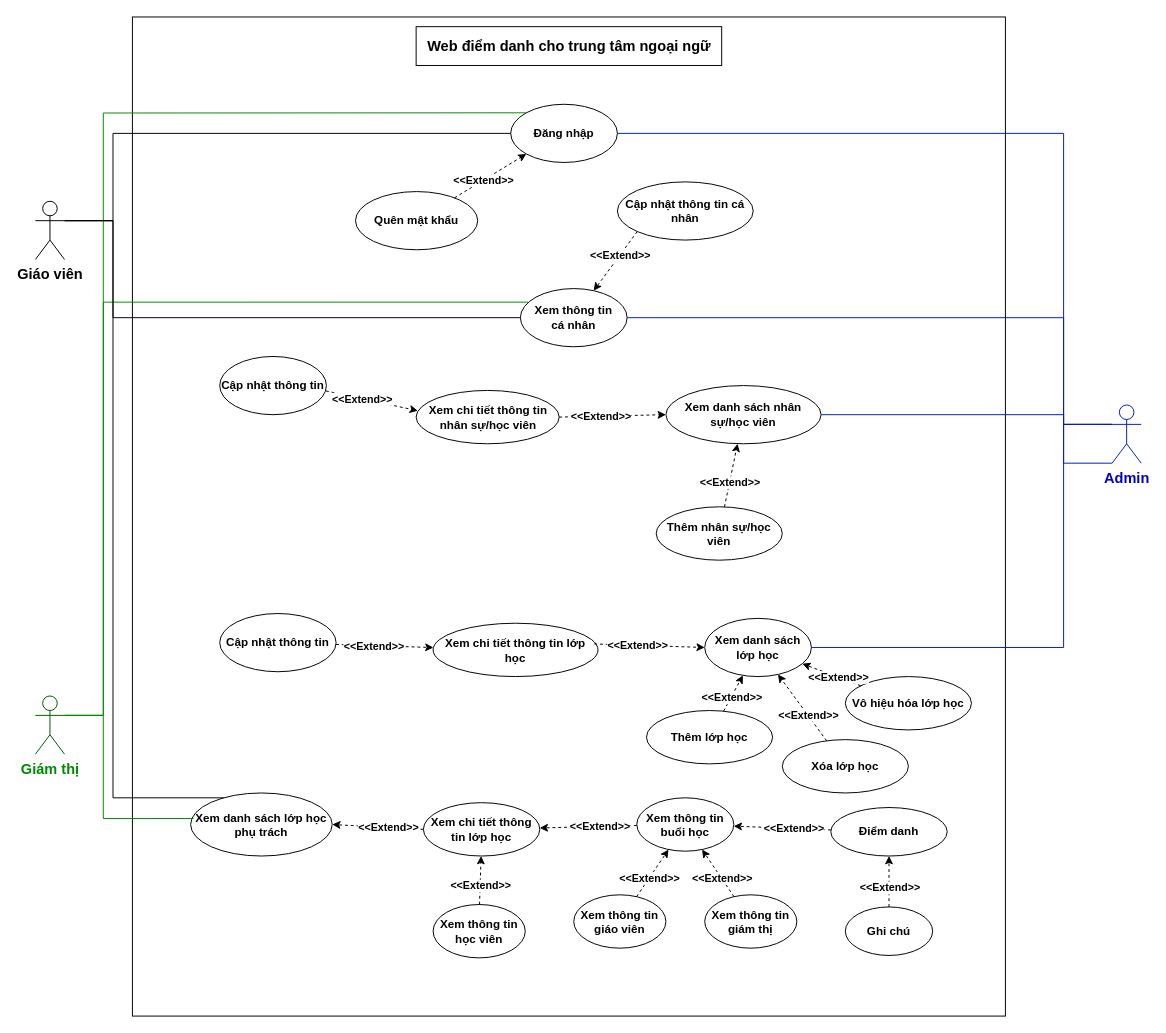
The draw.io diagram Week 1/UC Diagram.drawio in astr0tas/English-Center-Attendance-Check, before the edit. Source tidied: cells renumbered, new cells numbered last; positions are measured from the earlier drawing's top-left corner, leaving out a move shared by most shapes. Both pictures are drawn from the tidied source at 97%, with x=0, y=0 at pixel (35, 16).
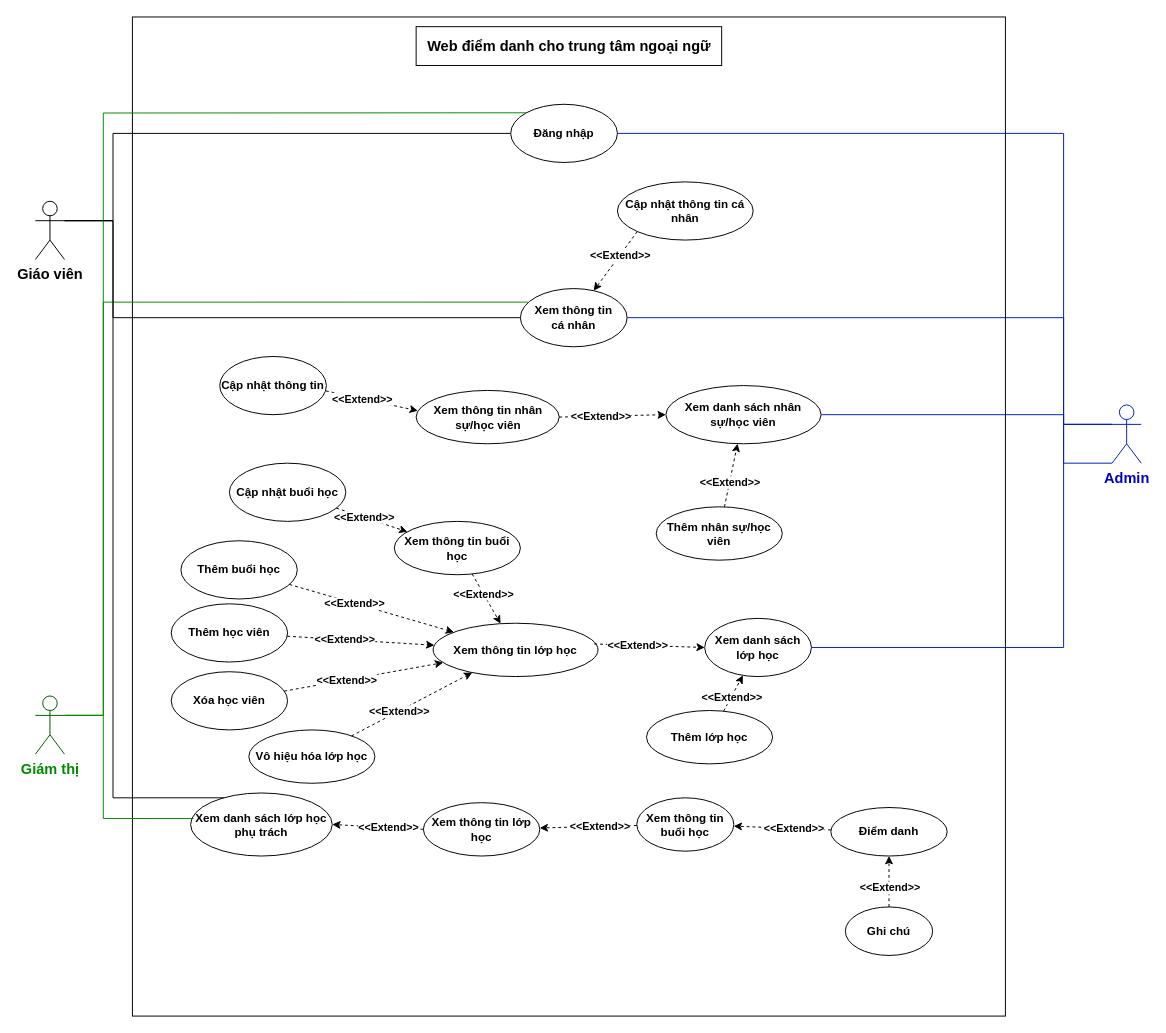
The same page after the edit.

The change refers to these unchanged cells:
```xml
<mxCell id="6" value="Đăng nhập" style="ellipse;whiteSpace=wrap;html=1;fontStyle=1;" parent="1" vertex="1">
  <mxGeometry x="490" y="90" width="110" height="60" as="geometry" />
</mxCell>
<mxCell id="10" value="Xem danh sách lớp học" style="ellipse;whiteSpace=wrap;html=1;fontStyle=1;" parent="1" vertex="1">
  <mxGeometry x="690" y="620" width="110" height="60" as="geometry" />
</mxCell>
<mxCell id="61" value="Xem thông tin buổi học" style="ellipse;whiteSpace=wrap;html=1;fontStyle=1;" parent="1" vertex="1">
  <mxGeometry x="620" y="805" width="100" height="55" as="geometry" />
</mxCell>
```

What changed in the source:
```diff
@@
-    <mxCell id="7" value="Quên mật khẩu" style="ellipse;whiteSpace=wrap;html=1;fontStyle=1;" parent="1" vertex="1">
-      <mxGeometry x="330" y="180" width="126" height="60" as="geometry" />
-    </mxCell>
-    <mxCell id="8" style="endArrow=classic;html=1;rounded=0;entryX=0;entryY=1;entryDx=0;entryDy=0;dashed=1;fontStyle=1;" parent="1" edge="1" source="7" target="6">
-      <mxGeometry relative="1" as="geometry" />
-    </mxCell>
-    <mxCell id="9" value="&amp;lt;&amp;lt;Extend&amp;gt;&amp;gt;" style="edgeLabel;html=1;align=center;verticalAlign=middle;fontStyle=1;" parent="8" vertex="1">
-      <mxGeometry x="-0.22" relative="1" as="geometry" />
-    </mxCell>
@@
-    <mxCell id="28" value="Xem chi tiết thông tin nhân sự/học viên" style="ellipse;whiteSpace=wrap;html=1;fontStyle=1;" parent="1" vertex="1">
+    <mxCell id="28" value="Xem thông tin nhân sự/học viên" style="ellipse;whiteSpace=wrap;html=1;fontStyle=1;" parent="1" vertex="1">
       <mxGeometry x="392.5" y="385" width="147.5" height="55" as="geometry" />
     </mxCell>
@@
-    <mxCell id="37" value="Xem chi tiết thông tin lớp học" style="ellipse;whiteSpace=wrap;html=1;fontStyle=1;" parent="1" vertex="1">
+    <mxCell id="37" value="Xem thông tin lớp học" style="ellipse;whiteSpace=wrap;html=1;fontStyle=1;" parent="1" vertex="1">
       <mxGeometry x="410" y="625" width="170" height="55" as="geometry" />
     </mxCell>
-    <mxCell id="38" value="Cập nhật thông tin" style="ellipse;whiteSpace=wrap;html=1;fontStyle=1;" parent="1" vertex="1">
-      <mxGeometry x="190" y="615" width="120" height="60" as="geometry" />
+    <mxCell id="38" value="Thêm học viên" style="ellipse;whiteSpace=wrap;html=1;fontStyle=1;" parent="1" vertex="1">
+      <mxGeometry x="140" y="605" width="120" height="60" as="geometry" />
     </mxCell>
@@
-    <mxCell id="40" value="Xóa lớp học" style="ellipse;whiteSpace=wrap;html=1;fontStyle=1;" parent="1" vertex="1">
-      <mxGeometry x="770" y="745" width="130" height="55" as="geometry" />
-    </mxCell>
@@
-    <mxCell id="47" style="endArrow=classic;html=1;rounded=0;dashed=1;fontStyle=1;" parent="1" edge="1" source="40" target="10">
-      <mxGeometry relative="1" as="geometry" />
-    </mxCell>
-    <mxCell id="48" value="&amp;lt;&amp;lt;Extend&amp;gt;&amp;gt;" style="edgeLabel;html=1;align=center;verticalAlign=middle;fontStyle=1;" parent="47" vertex="1">
-      <mxGeometry x="-0.22" relative="1" as="geometry" />
-    </mxCell>
@@
-    <mxCell id="55" value="Xem chi tiết thông tin lớp học" style="ellipse;whiteSpace=wrap;html=1;fontStyle=1;" parent="1" vertex="1">
+    <mxCell id="55" value="Xem thông tin lớp học" style="ellipse;whiteSpace=wrap;html=1;fontStyle=1;" parent="1" vertex="1">
       <mxGeometry x="400" y="810" width="120" height="55" as="geometry" />
     </mxCell>
@@
-    <mxCell id="58" value="Xem thông tin học viên" style="ellipse;whiteSpace=wrap;html=1;fontStyle=1;" parent="1" vertex="1">
-      <mxGeometry x="410" y="915" width="95" height="55" as="geometry" />
-    </mxCell>
-    <mxCell id="59" style="endArrow=classic;html=1;rounded=0;dashed=1;fontStyle=1;" parent="1" edge="1" source="58" target="55">
-      <mxGeometry relative="1" as="geometry" />
-    </mxCell>
-    <mxCell id="60" value="&amp;lt;&amp;lt;Extend&amp;gt;&amp;gt;" style="edgeLabel;html=1;align=center;verticalAlign=middle;fontStyle=1;" parent="59" vertex="1">
-      <mxGeometry x="-0.22" relative="1" as="geometry" />
-    </mxCell>
@@
-    <mxCell id="64" value="Xem thông tin giáo viên" style="ellipse;whiteSpace=wrap;html=1;fontStyle=1;" parent="1" vertex="1">
-      <mxGeometry x="555" y="905" width="95" height="55" as="geometry" />
-    </mxCell>
-    <mxCell id="65" style="endArrow=classic;html=1;rounded=0;dashed=1;fontStyle=1;" parent="1" edge="1" source="64" target="61">
-      <mxGeometry relative="1" as="geometry" />
-    </mxCell>
-    <mxCell id="66" value="&amp;lt;&amp;lt;Extend&amp;gt;&amp;gt;" style="edgeLabel;html=1;align=center;verticalAlign=middle;fontStyle=1;" parent="65" vertex="1">
-      <mxGeometry x="-0.22" relative="1" as="geometry" />
-    </mxCell>
-    <mxCell id="67" value="Xem thông tin giám thị" style="ellipse;whiteSpace=wrap;html=1;fontStyle=1;" parent="1" vertex="1">
-      <mxGeometry x="690" y="905" width="95" height="55" as="geometry" />
-    </mxCell>
-    <mxCell id="68" style="endArrow=classic;html=1;rounded=0;dashed=1;fontStyle=1;" parent="1" edge="1" source="67" target="61">
-      <mxGeometry relative="1" as="geometry" />
-    </mxCell>
-    <mxCell id="69" value="&amp;lt;&amp;lt;Extend&amp;gt;&amp;gt;" style="edgeLabel;html=1;align=center;verticalAlign=middle;fontStyle=1;" parent="68" vertex="1">
-      <mxGeometry x="-0.22" relative="1" as="geometry" />
-    </mxCell>
     <mxCell id="70" value="Vô hiệu hóa lớp học" style="ellipse;whiteSpace=wrap;html=1;fontStyle=1;" parent="1" vertex="1">
-      <mxGeometry x="835" y="680" width="130" height="55" as="geometry" />
+      <mxGeometry x="220" y="735" width="130" height="55" as="geometry" />
     </mxCell>
-    <mxCell id="71" style="endArrow=classic;html=1;rounded=0;dashed=1;fontStyle=1;" parent="1" edge="1" source="70" target="10">
+    <mxCell id="71" style="endArrow=classic;html=1;rounded=0;dashed=1;fontStyle=1;" parent="1" edge="1" source="70" target="37">
       <mxGeometry relative="1" as="geometry" />
     </mxCell>
@@
+    <mxCell id="73" value="Xem thông tin buổi học" style="ellipse;whiteSpace=wrap;html=1;fontStyle=1;" parent="1" vertex="1">
+      <mxGeometry x="370" y="520" width="130" height="55" as="geometry" />
+    </mxCell>
+    <mxCell id="74" style="endArrow=classic;html=1;rounded=0;dashed=1;fontStyle=1;" parent="1" edge="1" source="73" target="37">
+      <mxGeometry relative="1" as="geometry" />
+    </mxCell>
+    <mxCell id="75" value="&amp;lt;&amp;lt;Extend&amp;gt;&amp;gt;" style="edgeLabel;html=1;align=center;verticalAlign=middle;fontStyle=1;" parent="74" vertex="1">
+      <mxGeometry x="-0.22" relative="1" as="geometry" />
+    </mxCell>
+    <mxCell id="76" value="Xóa học viên" style="ellipse;whiteSpace=wrap;html=1;fontStyle=1;" parent="1" vertex="1">
+      <mxGeometry x="140" y="675" width="120" height="60" as="geometry" />
+    </mxCell>
+    <mxCell id="77" style="endArrow=classic;html=1;rounded=0;dashed=1;fontStyle=1;" parent="1" edge="1" source="76" target="37">
+      <mxGeometry relative="1" as="geometry" />
+    </mxCell>
+    <mxCell id="78" value="&amp;lt;&amp;lt;Extend&amp;gt;&amp;gt;" style="edgeLabel;html=1;align=center;verticalAlign=middle;fontStyle=1;" parent="77" vertex="1">
+      <mxGeometry x="-0.22" relative="1" as="geometry" />
+    </mxCell>
+    <mxCell id="79" value="Thêm buổi học" style="ellipse;whiteSpace=wrap;html=1;fontStyle=1;" parent="1" vertex="1">
+      <mxGeometry x="150" y="540" width="120" height="60" as="geometry" />
+    </mxCell>
+    <mxCell id="80" style="endArrow=classic;html=1;rounded=0;dashed=1;fontStyle=1;" parent="1" edge="1" source="79" target="37">
+      <mxGeometry relative="1" as="geometry" />
+    </mxCell>
+    <mxCell id="81" value="&amp;lt;&amp;lt;Extend&amp;gt;&amp;gt;" style="edgeLabel;html=1;align=center;verticalAlign=middle;fontStyle=1;" parent="80" vertex="1">
+      <mxGeometry x="-0.22" relative="1" as="geometry" />
+    </mxCell>
+    <mxCell id="82" value="Cập nhật buổi học" style="ellipse;whiteSpace=wrap;html=1;fontStyle=1;" parent="1" vertex="1">
+      <mxGeometry x="200" y="460" width="120" height="60" as="geometry" />
+    </mxCell>
+    <mxCell id="83" style="endArrow=classic;html=1;rounded=0;dashed=1;fontStyle=1;" parent="1" edge="1" source="82" target="73">
+      <mxGeometry relative="1" as="geometry" />
+    </mxCell>
+    <mxCell id="84" value="&amp;lt;&amp;lt;Extend&amp;gt;&amp;gt;" style="edgeLabel;html=1;align=center;verticalAlign=middle;fontStyle=1;" parent="83" vertex="1">
+      <mxGeometry x="-0.22" relative="1" as="geometry" />
+    </mxCell>
```
